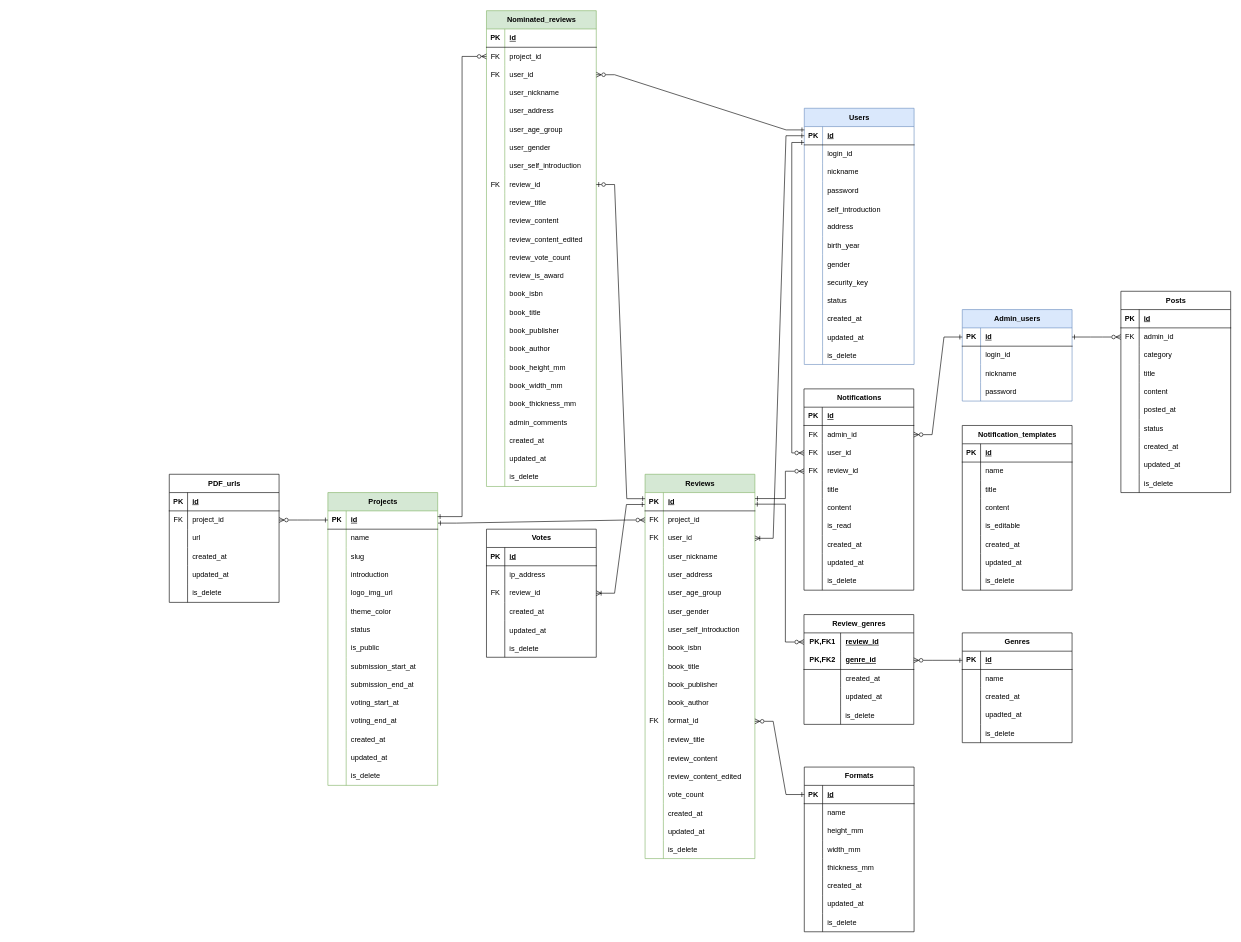
knagaki1225/zoutohana-documentation keeps this draw.io diagram as ER図.drawio. Above is the earlier version. Source tidied: cells renumbered, new cells numbered last; positions are measured from the earlier drawing's top-left corner, leaving out a move shared by most shapes. Both pictures are drawn from the tidied source at 61%, with x=0, y=0 at pixel (169, 10).
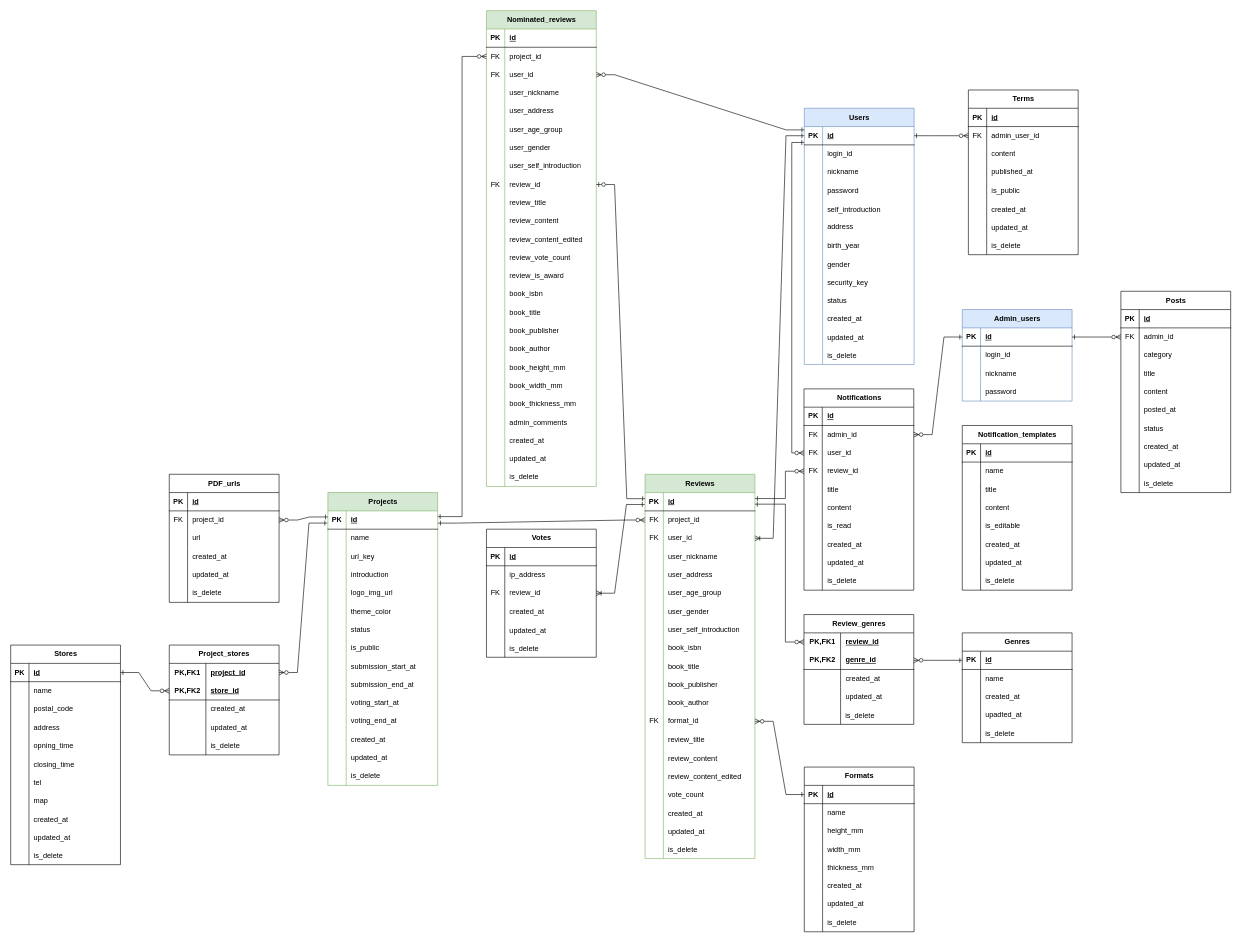
After the change.

Commit message:
テーブル追加

The change refers to these unchanged cells:
```xml
<mxCell id="3" style="shape=tableRow;horizontal=0;startSize=0;swimlaneHead=0;swimlaneBody=0;fillColor=none;points=[[0,0.5],[1,0.5]];portConstraint=eastwest;top=0;left=0;right=0;bottom=1;" parent="2" vertex="1">
  <mxGeometry y="30" width="180" height="30" as="geometry" />
</mxCell>
<mxCell id="145" style="shape=tableRow;horizontal=0;startSize=0;swimlaneHead=0;swimlaneBody=0;fillColor=none;points=[[0,0.5],[1,0.5]];portConstraint=eastwest;top=0;left=0;right=0;bottom=1;" parent="144" vertex="1">
  <mxGeometry y="30" width="180" height="30" as="geometry" />
</mxCell>
<mxCell id="151" style="shape=tableRow;horizontal=0;startSize=0;swimlaneHead=0;swimlaneBody=0;fillColor=none;top=0;left=0;right=0;bottom=0;" parent="144" vertex="1">
  <mxGeometry y="90" width="180" height="30" as="geometry" />
</mxCell>
<mxCell id="231" style="shape=tableRow;horizontal=0;startSize=0;swimlaneHead=0;swimlaneBody=0;fillColor=none;points=[[0,0.5],[1,0.5]];portConstraint=eastwest;top=0;left=0;right=0;bottom=0;" parent="227" vertex="1">
  <mxGeometry y="60" width="180" height="30" as="geometry" />
</mxCell>
```

Change to the diagram source:
```diff
@@
-    <mxCell id="153" value="slug" style="shape=partialRectangle;fillColor=none;top=0;left=0;bottom=0;right=0;align=left;spacingLeft=6;overflow=hidden;whiteSpace=wrap;html=1;" parent="151" vertex="1">
+    <mxCell id="153" value="url_key" style="shape=partialRectangle;fillColor=none;top=0;left=0;bottom=0;right=0;align=left;spacingLeft=6;overflow=hidden;whiteSpace=wrap;html=1;" parent="151" vertex="1">
       <mxGeometry x="30" width="150" height="30" as="geometry" />
     </mxCell>
@@
-    <mxCell id="323" style="edgeStyle=entityRelationEdgeStyle;rounded=0;jettySize=auto;html=1;entryX=0;entryY=0.5;entryDx=0;entryDy=0;endArrow=ERone;endFill=0;startArrow=ERzeroToMany;startFill=0;" parent="1" edge="1" source="231" target="145">
+    <mxCell id="323" style="edgeStyle=entityRelationEdgeStyle;rounded=0;jettySize=auto;html=1;entryX=0;entryY=0.333;entryDx=0;entryDy=0;endArrow=ERone;endFill=0;startArrow=ERzeroToMany;startFill=0;entryPerimeter=0;" parent="1" edge="1" source="231" target="145">
       <mxGeometry relative="1" as="geometry" />
     </mxCell>
@@
+    <mxCell id="434" value="Stores" style="shape=table;startSize=30;childLayout=tableLayout;rowLines=0;fontStyle=1;align=center;html=1;" parent="1" vertex="1">
+      <mxGeometry x="-260" y="1040" width="180" height="360" as="geometry" />
+    </mxCell>
+    <mxCell id="435" style="shape=tableRow;horizontal=0;startSize=0;swimlaneHead=0;swimlaneBody=0;fillColor=none;points=[[0,0.5],[1,0.5]];portConstraint=eastwest;top=0;left=0;right=0;bottom=1;" parent="434" vertex="1">
+      <mxGeometry y="30" width="180" height="30" as="geometry" />
+    </mxCell>
+    <mxCell id="436" value="PK" style="shape=partialRectangle;fillColor=none;top=0;left=0;bottom=0;right=0;fontStyle=1;overflow=hidden;whiteSpace=wrap;html=1;" parent="435" vertex="1">
+      <mxGeometry width="30" height="30" as="geometry" />
+    </mxCell>
+    <mxCell id="437" value="id" style="shape=partialRectangle;fillColor=none;top=0;left=0;bottom=0;right=0;align=left;spacingLeft=6;fontStyle=5;overflow=hidden;whiteSpace=wrap;html=1;" parent="435" vertex="1">
+      <mxGeometry x="30" width="150" height="30" as="geometry" />
+    </mxCell>
+    <mxCell id="438" style="shape=tableRow;horizontal=0;startSize=0;swimlaneHead=0;swimlaneBody=0;fillColor=none;top=0;left=0;right=0;bottom=0;" parent="434" vertex="1">
+      <mxGeometry y="60" width="180" height="30" as="geometry" />
+    </mxCell>
+    <mxCell id="439" style="shape=partialRectangle;fillColor=none;top=0;left=0;bottom=0;right=0;overflow=hidden;whiteSpace=wrap;html=1;" parent="438" vertex="1">
+      <mxGeometry width="30" height="30" as="geometry" />
+    </mxCell>
+    <mxCell id="440" value="name" style="shape=partialRectangle;fillColor=none;top=0;left=0;bottom=0;right=0;align=left;spacingLeft=6;overflow=hidden;whiteSpace=wrap;html=1;" parent="438" vertex="1">
+      <mxGeometry x="30" width="150" height="30" as="geometry" />
+    </mxCell>
+    <mxCell id="441" style="shape=tableRow;horizontal=0;startSize=0;swimlaneHead=0;swimlaneBody=0;fillColor=none;top=0;left=0;right=0;bottom=0;" parent="434" vertex="1">
+      <mxGeometry y="90" width="180" height="30" as="geometry" />
+    </mxCell>
+    <mxCell id="442" style="shape=partialRectangle;fillColor=none;top=0;left=0;bottom=0;right=0;overflow=hidden;whiteSpace=wrap;html=1;" parent="441" vertex="1">
+      <mxGeometry width="30" height="30" as="geometry" />
+    </mxCell>
+    <mxCell id="443" value="postal_code" style="shape=partialRectangle;fillColor=none;top=0;left=0;bottom=0;right=0;align=left;spacingLeft=6;overflow=hidden;whiteSpace=wrap;html=1;" parent="441" vertex="1">
+      <mxGeometry x="30" width="150" height="30" as="geometry" />
+    </mxCell>
+    <mxCell id="444" style="shape=tableRow;horizontal=0;startSize=0;swimlaneHead=0;swimlaneBody=0;fillColor=none;top=0;left=0;right=0;bottom=0;" parent="434" vertex="1">
+      <mxGeometry y="120" width="180" height="30" as="geometry" />
+    </mxCell>
+    <mxCell id="445" style="shape=partialRectangle;fillColor=none;top=0;left=0;bottom=0;right=0;overflow=hidden;whiteSpace=wrap;html=1;" parent="444" vertex="1">
+      <mxGeometry width="30" height="30" as="geometry" />
+    </mxCell>
+    <mxCell id="446" value="address" style="shape=partialRectangle;fillColor=none;top=0;left=0;bottom=0;right=0;align=left;spacingLeft=6;overflow=hidden;whiteSpace=wrap;html=1;" parent="444" vertex="1">
+      <mxGeometry x="30" width="150" height="30" as="geometry" />
+    </mxCell>
+    <mxCell id="447" style="shape=tableRow;horizontal=0;startSize=0;swimlaneHead=0;swimlaneBody=0;fillColor=none;top=0;left=0;right=0;bottom=0;" parent="434" vertex="1">
+      <mxGeometry y="150" width="180" height="30" as="geometry" />
+    </mxCell>
+    <mxCell id="448" style="shape=partialRectangle;fillColor=none;top=0;left=0;bottom=0;right=0;overflow=hidden;" parent="447" vertex="1">
+      <mxGeometry width="30" height="30" as="geometry" />
+    </mxCell>
+    <mxCell id="449" value="opning_time" style="shape=partialRectangle;fillColor=none;top=0;left=0;bottom=0;right=0;align=left;spacingLeft=6;overflow=hidden;" parent="447" vertex="1">
+      <mxGeometry x="30" width="150" height="30" as="geometry" />
+    </mxCell>
+    <mxCell id="450" style="shape=tableRow;horizontal=0;startSize=0;swimlaneHead=0;swimlaneBody=0;fillColor=none;top=0;left=0;right=0;bottom=0;" parent="434" vertex="1">
+      <mxGeometry y="180" width="180" height="30" as="geometry" />
+    </mxCell>
+    <mxCell id="451" style="shape=partialRectangle;fillColor=none;top=0;left=0;bottom=0;right=0;overflow=hidden;" parent="450" vertex="1">
+      <mxGeometry width="30" height="30" as="geometry" />
+    </mxCell>
+    <mxCell id="452" value="closing_time" style="shape=partialRectangle;fillColor=none;top=0;left=0;bottom=0;right=0;align=left;spacingLeft=6;overflow=hidden;" parent="450" vertex="1">
+      <mxGeometry x="30" width="150" height="30" as="geometry" />
+    </mxCell>
+    <mxCell id="453" style="shape=tableRow;horizontal=0;startSize=0;swimlaneHead=0;swimlaneBody=0;fillColor=none;top=0;left=0;right=0;bottom=0;" parent="434" vertex="1">
+      <mxGeometry y="210" width="180" height="30" as="geometry" />
+    </mxCell>
+    <mxCell id="454" style="shape=partialRectangle;fillColor=none;top=0;left=0;bottom=0;right=0;overflow=hidden;" parent="453" vertex="1">
+      <mxGeometry width="30" height="30" as="geometry" />
+    </mxCell>
+    <mxCell id="455" value="tel" style="shape=partialRectangle;fillColor=none;top=0;left=0;bottom=0;right=0;align=left;spacingLeft=6;overflow=hidden;" parent="453" vertex="1">
+      <mxGeometry x="30" width="150" height="30" as="geometry" />
+    </mxCell>
+    <mxCell id="456" style="shape=tableRow;horizontal=0;startSize=0;swimlaneHead=0;swimlaneBody=0;fillColor=none;top=0;left=0;right=0;bottom=0;" parent="434" vertex="1">
+      <mxGeometry y="240" width="180" height="30" as="geometry" />
+    </mxCell>
+    <mxCell id="457" style="shape=partialRectangle;fillColor=none;top=0;left=0;bottom=0;right=0;overflow=hidden;" parent="456" vertex="1">
+      <mxGeometry width="30" height="30" as="geometry" />
+    </mxCell>
+    <mxCell id="458" value="map" style="shape=partialRectangle;fillColor=none;top=0;left=0;bottom=0;right=0;align=left;spacingLeft=6;overflow=hidden;" parent="456" vertex="1">
+      <mxGeometry x="30" width="150" height="30" as="geometry" />
+    </mxCell>
+    <mxCell id="459" style="shape=tableRow;horizontal=0;startSize=0;swimlaneHead=0;swimlaneBody=0;fillColor=none;top=0;left=0;right=0;bottom=0;" parent="434" vertex="1">
+      <mxGeometry y="270" width="180" height="30" as="geometry" />
+    </mxCell>
+    <mxCell id="460" style="shape=partialRectangle;fillColor=none;top=0;left=0;bottom=0;right=0;overflow=hidden;" parent="459" vertex="1">
+      <mxGeometry width="30" height="30" as="geometry" />
+    </mxCell>
+    <mxCell id="461" value="created_at" style="shape=partialRectangle;fillColor=none;top=0;left=0;bottom=0;right=0;align=left;spacingLeft=6;overflow=hidden;" parent="459" vertex="1">
+      <mxGeometry x="30" width="150" height="30" as="geometry" />
+    </mxCell>
+    <mxCell id="462" style="shape=tableRow;horizontal=0;startSize=0;swimlaneHead=0;swimlaneBody=0;fillColor=none;top=0;left=0;right=0;bottom=0;" parent="434" vertex="1">
+      <mxGeometry y="300" width="180" height="30" as="geometry" />
+    </mxCell>
+    <mxCell id="463" style="shape=partialRectangle;fillColor=none;top=0;left=0;bottom=0;right=0;overflow=hidden;" parent="462" vertex="1">
+      <mxGeometry width="30" height="30" as="geometry" />
+    </mxCell>
+    <mxCell id="464" value="updated_at" style="shape=partialRectangle;fillColor=none;top=0;left=0;bottom=0;right=0;align=left;spacingLeft=6;overflow=hidden;" parent="462" vertex="1">
+      <mxGeometry x="30" width="150" height="30" as="geometry" />
+    </mxCell>
+    <mxCell id="465" style="shape=tableRow;horizontal=0;startSize=0;swimlaneHead=0;swimlaneBody=0;fillColor=none;top=0;left=0;right=0;bottom=0;" parent="434" vertex="1">
+      <mxGeometry y="330" width="180" height="30" as="geometry" />
+    </mxCell>
+    <mxCell id="466" style="shape=partialRectangle;fillColor=none;top=0;left=0;bottom=0;right=0;overflow=hidden;" parent="465" vertex="1">
+      <mxGeometry width="30" height="30" as="geometry" />
+    </mxCell>
+    <mxCell id="467" value="is_delete" style="shape=partialRectangle;fillColor=none;top=0;left=0;bottom=0;right=0;align=left;spacingLeft=6;overflow=hidden;" parent="465" vertex="1">
+      <mxGeometry x="30" width="150" height="30" as="geometry" />
+    </mxCell>
+    <mxCell id="468" value="Project_stores" style="shape=table;startSize=30;childLayout=tableLayout;rowLines=0;fontStyle=1;align=center;html=1;whiteSpace=wrap;" parent="1" vertex="1">
+      <mxGeometry y="1040" width="180" height="180" as="geometry" />
+    </mxCell>
+    <mxCell id="469" style="shape=tableRow;horizontal=0;startSize=0;swimlaneHead=0;swimlaneBody=0;fillColor=none;points=[[0,0.5],[1,0.5]];portConstraint=eastwest;top=0;left=0;right=0;bottom=0;html=1;" parent="468" vertex="1">
+      <mxGeometry y="30" width="180" height="30" as="geometry" />
+    </mxCell>
+    <mxCell id="470" value="PK,FK1" style="shape=partialRectangle;fillColor=none;top=0;left=0;bottom=0;right=0;fontStyle=1;overflow=hidden;html=1;whiteSpace=wrap;" parent="469" vertex="1">
+      <mxGeometry width="60" height="30" as="geometry" />
+    </mxCell>
+    <mxCell id="471" value="project_id" style="shape=partialRectangle;fillColor=none;top=0;left=0;bottom=0;right=0;align=left;spacingLeft=6;fontStyle=5;overflow=hidden;html=1;whiteSpace=wrap;" parent="469" vertex="1">
+      <mxGeometry x="60" width="120" height="30" as="geometry" />
+    </mxCell>
+    <mxCell id="472" style="shape=tableRow;horizontal=0;startSize=0;swimlaneHead=0;swimlaneBody=0;fillColor=none;points=[[0,0.5],[1,0.5]];portConstraint=eastwest;top=0;left=0;right=0;bottom=1;html=1;" parent="468" vertex="1">
+      <mxGeometry y="60" width="180" height="30" as="geometry" />
+    </mxCell>
+    <mxCell id="473" value="PK,FK2" style="shape=partialRectangle;fillColor=none;top=0;left=0;bottom=0;right=0;fontStyle=1;overflow=hidden;html=1;whiteSpace=wrap;" parent="472" vertex="1">
+      <mxGeometry width="60" height="30" as="geometry" />
+    </mxCell>
+    <mxCell id="474" value="store_id" style="shape=partialRectangle;fillColor=none;top=0;left=0;bottom=0;right=0;align=left;spacingLeft=6;fontStyle=5;overflow=hidden;html=1;whiteSpace=wrap;" parent="472" vertex="1">
+      <mxGeometry x="60" width="120" height="30" as="geometry" />
+    </mxCell>
+    <mxCell id="475" style="shape=tableRow;horizontal=0;startSize=0;swimlaneHead=0;swimlaneBody=0;fillColor=none;top=0;left=0;right=0;bottom=0;html=1;" parent="468" vertex="1">
+      <mxGeometry y="90" width="180" height="30" as="geometry" />
+    </mxCell>
+    <mxCell id="476" style="shape=partialRectangle;fillColor=none;top=0;left=0;bottom=0;right=0;overflow=hidden;html=1;whiteSpace=wrap;" parent="475" vertex="1">
+      <mxGeometry width="60" height="30" as="geometry" />
+    </mxCell>
+    <mxCell id="477" value="created_at" style="shape=partialRectangle;fillColor=none;top=0;left=0;bottom=0;right=0;align=left;spacingLeft=6;overflow=hidden;html=1;whiteSpace=wrap;" parent="475" vertex="1">
+      <mxGeometry x="60" width="120" height="30" as="geometry" />
+    </mxCell>
+    <mxCell id="478" style="shape=tableRow;horizontal=0;startSize=0;swimlaneHead=0;swimlaneBody=0;fillColor=none;top=0;left=0;right=0;bottom=0;html=1;" parent="468" vertex="1">
+      <mxGeometry y="120" width="180" height="30" as="geometry" />
+    </mxCell>
+    <mxCell id="479" style="shape=partialRectangle;fillColor=none;top=0;left=0;bottom=0;right=0;overflow=hidden;html=1;whiteSpace=wrap;" parent="478" vertex="1">
+      <mxGeometry width="60" height="30" as="geometry" />
+    </mxCell>
+    <mxCell id="480" value="updated_at" style="shape=partialRectangle;fillColor=none;top=0;left=0;bottom=0;right=0;align=left;spacingLeft=6;overflow=hidden;html=1;whiteSpace=wrap;" parent="478" vertex="1">
+      <mxGeometry x="60" width="120" height="30" as="geometry" />
+    </mxCell>
+    <mxCell id="481" style="shape=tableRow;horizontal=0;startSize=0;swimlaneHead=0;swimlaneBody=0;fillColor=none;top=0;left=0;right=0;bottom=0;" parent="468" vertex="1">
+      <mxGeometry y="150" width="180" height="30" as="geometry" />
+    </mxCell>
+    <mxCell id="482" style="shape=partialRectangle;fillColor=none;top=0;left=0;bottom=0;right=0;overflow=hidden;" parent="481" vertex="1">
+      <mxGeometry width="60" height="30" as="geometry" />
+    </mxCell>
+    <mxCell id="483" value="is_delete" style="shape=partialRectangle;fillColor=none;top=0;left=0;bottom=0;right=0;align=left;spacingLeft=6;overflow=hidden;" parent="481" vertex="1">
+      <mxGeometry x="60" width="120" height="30" as="geometry" />
+    </mxCell>
+    <mxCell id="484" value="Terms" style="shape=table;startSize=30;childLayout=tableLayout;rowLines=0;fontStyle=1;align=center;html=1;" parent="1" vertex="1">
+      <mxGeometry x="1310" y="130" width="180" height="270" as="geometry" />
+    </mxCell>
+    <mxCell id="485" style="shape=tableRow;horizontal=0;startSize=0;swimlaneHead=0;swimlaneBody=0;fillColor=none;top=0;left=0;right=0;bottom=1;" parent="484" vertex="1">
+      <mxGeometry y="30" width="180" height="30" as="geometry" />
+    </mxCell>
+    <mxCell id="486" value="PK" style="shape=partialRectangle;fillColor=none;top=0;left=0;bottom=0;right=0;fontStyle=1;overflow=hidden;whiteSpace=wrap;html=1;" parent="485" vertex="1">
+      <mxGeometry width="30" height="30" as="geometry" />
+    </mxCell>
+    <mxCell id="487" value="id" style="shape=partialRectangle;fillColor=none;top=0;left=0;bottom=0;right=0;align=left;spacingLeft=6;fontStyle=5;overflow=hidden;whiteSpace=wrap;html=1;" parent="485" vertex="1">
+      <mxGeometry x="30" width="150" height="30" as="geometry" />
+    </mxCell>
+    <mxCell id="488" style="shape=tableRow;horizontal=0;startSize=0;swimlaneHead=0;swimlaneBody=0;fillColor=none;points=[[0,0.5],[1,0.5]];portConstraint=eastwest;top=0;left=0;right=0;bottom=0;" parent="484" vertex="1">
+      <mxGeometry y="60" width="180" height="30" as="geometry" />
+    </mxCell>
+    <mxCell id="489" value="FK" style="shape=partialRectangle;fillColor=none;top=0;left=0;bottom=0;right=0;overflow=hidden;" parent="488" vertex="1">
+      <mxGeometry width="30" height="30" as="geometry" />
+    </mxCell>
+    <mxCell id="490" value="admin_user_id" style="shape=partialRectangle;fillColor=none;top=0;left=0;bottom=0;right=0;align=left;spacingLeft=6;overflow=hidden;" parent="488" vertex="1">
+      <mxGeometry x="30" width="150" height="30" as="geometry" />
+    </mxCell>
+    <mxCell id="491" style="shape=tableRow;horizontal=0;startSize=0;swimlaneHead=0;swimlaneBody=0;fillColor=none;top=0;left=0;right=0;bottom=0;" parent="484" vertex="1">
+      <mxGeometry y="90" width="180" height="30" as="geometry" />
+    </mxCell>
+    <mxCell id="492" style="shape=partialRectangle;fillColor=none;top=0;left=0;bottom=0;right=0;overflow=hidden;whiteSpace=wrap;html=1;" parent="491" vertex="1">
+      <mxGeometry width="30" height="30" as="geometry" />
+    </mxCell>
+    <mxCell id="493" value="content" style="shape=partialRectangle;fillColor=none;top=0;left=0;bottom=0;right=0;align=left;spacingLeft=6;overflow=hidden;whiteSpace=wrap;html=1;" parent="491" vertex="1">
+      <mxGeometry x="30" width="150" height="30" as="geometry" />
+    </mxCell>
+    <mxCell id="494" style="shape=tableRow;horizontal=0;startSize=0;swimlaneHead=0;swimlaneBody=0;fillColor=none;top=0;left=0;right=0;bottom=0;" parent="484" vertex="1">
+      <mxGeometry y="120" width="180" height="30" as="geometry" />
+    </mxCell>
+    <mxCell id="495" style="shape=partialRectangle;fillColor=none;top=0;left=0;bottom=0;right=0;overflow=hidden;whiteSpace=wrap;html=1;" parent="494" vertex="1">
+      <mxGeometry width="30" height="30" as="geometry" />
+    </mxCell>
+    <mxCell id="496" value="published_at" style="shape=partialRectangle;fillColor=none;top=0;left=0;bottom=0;right=0;align=left;spacingLeft=6;overflow=hidden;whiteSpace=wrap;html=1;" parent="494" vertex="1">
+      <mxGeometry x="30" width="150" height="30" as="geometry" />
+    </mxCell>
+    <mxCell id="497" style="shape=tableRow;horizontal=0;startSize=0;swimlaneHead=0;swimlaneBody=0;fillColor=none;top=0;left=0;right=0;bottom=0;" parent="484" vertex="1">
+      <mxGeometry y="150" width="180" height="30" as="geometry" />
+    </mxCell>
+    <mxCell id="498" style="shape=partialRectangle;fillColor=none;top=0;left=0;bottom=0;right=0;overflow=hidden;whiteSpace=wrap;html=1;" parent="497" vertex="1">
+      <mxGeometry width="30" height="30" as="geometry" />
+    </mxCell>
+    <mxCell id="499" value="is_public" style="shape=partialRectangle;fillColor=none;top=0;left=0;bottom=0;right=0;align=left;spacingLeft=6;overflow=hidden;whiteSpace=wrap;html=1;" parent="497" vertex="1">
+      <mxGeometry x="30" width="150" height="30" as="geometry" />
+    </mxCell>
+    <mxCell id="500" style="shape=tableRow;horizontal=0;startSize=0;swimlaneHead=0;swimlaneBody=0;fillColor=none;top=0;left=0;right=0;bottom=0;" parent="484" vertex="1">
+      <mxGeometry y="180" width="180" height="30" as="geometry" />
+    </mxCell>
+    <mxCell id="501" style="shape=partialRectangle;fillColor=none;top=0;left=0;bottom=0;right=0;overflow=hidden;" parent="500" vertex="1">
+      <mxGeometry width="30" height="30" as="geometry" />
+    </mxCell>
+    <mxCell id="502" value="created_at" style="shape=partialRectangle;fillColor=none;top=0;left=0;bottom=0;right=0;align=left;spacingLeft=6;overflow=hidden;" parent="500" vertex="1">
+      <mxGeometry x="30" width="150" height="30" as="geometry" />
+    </mxCell>
+    <mxCell id="503" style="shape=tableRow;horizontal=0;startSize=0;swimlaneHead=0;swimlaneBody=0;fillColor=none;top=0;left=0;right=0;bottom=0;" parent="484" vertex="1">
+      <mxGeometry y="210" width="180" height="30" as="geometry" />
+    </mxCell>
+    <mxCell id="504" style="shape=partialRectangle;fillColor=none;top=0;left=0;bottom=0;right=0;overflow=hidden;" parent="503" vertex="1">
+      <mxGeometry width="30" height="30" as="geometry" />
+    </mxCell>
+    <mxCell id="505" value="updated_at" style="shape=partialRectangle;fillColor=none;top=0;left=0;bottom=0;right=0;align=left;spacingLeft=6;overflow=hidden;" parent="503" vertex="1">
+      <mxGeometry x="30" width="150" height="30" as="geometry" />
+    </mxCell>
+    <mxCell id="506" style="shape=tableRow;horizontal=0;startSize=0;swimlaneHead=0;swimlaneBody=0;fillColor=none;top=0;left=0;right=0;bottom=0;" parent="484" vertex="1">
+      <mxGeometry y="240" width="180" height="30" as="geometry" />
+    </mxCell>
+    <mxCell id="507" style="shape=partialRectangle;fillColor=none;top=0;left=0;bottom=0;right=0;overflow=hidden;" parent="506" vertex="1">
+      <mxGeometry width="30" height="30" as="geometry" />
+    </mxCell>
+    <mxCell id="508" value="is_delete" style="shape=partialRectangle;fillColor=none;top=0;left=0;bottom=0;right=0;align=left;spacingLeft=6;overflow=hidden;" parent="506" vertex="1">
+      <mxGeometry x="30" width="150" height="30" as="geometry" />
+    </mxCell>
+    <mxCell id="509" style="edgeStyle=entityRelationEdgeStyle;rounded=0;jettySize=auto;html=1;entryX=1;entryY=0.5;entryDx=0;entryDy=0;endArrow=ERone;endFill=0;startArrow=ERzeroToMany;startFill=0;exitX=0;exitY=0.5;exitDx=0;exitDy=0;" parent="1" edge="1" source="488" target="3">
+      <mxGeometry relative="1" as="geometry" />
+    </mxCell>
+    <mxCell id="510" style="edgeStyle=entityRelationEdgeStyle;rounded=0;jettySize=auto;html=1;endArrow=ERone;endFill=0;startArrow=ERzeroToMany;startFill=0;exitX=1;exitY=0.5;exitDx=0;exitDy=0;" parent="1" edge="1" source="469">
+      <mxGeometry relative="1" as="geometry">
+        <mxPoint x="259" y="840" as="targetPoint" />
+      </mxGeometry>
+    </mxCell>
+    <mxCell id="511" style="edgeStyle=entityRelationEdgeStyle;rounded=0;jettySize=auto;html=1;entryX=1;entryY=0.5;entryDx=0;entryDy=0;endArrow=ERone;endFill=0;startArrow=ERzeroToMany;startFill=0;exitX=0;exitY=0.5;exitDx=0;exitDy=0;" parent="1" edge="1" source="472" target="435">
+      <mxGeometry relative="1" as="geometry" />
+    </mxCell>
```
